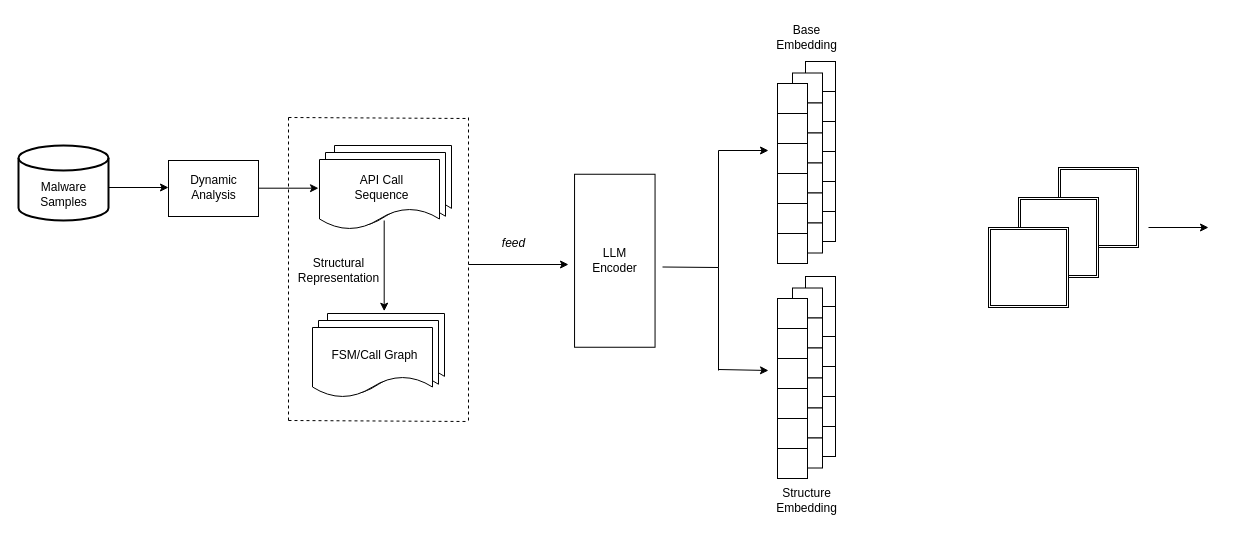
This is Architecture.drawio from Arui1122/Structural-Representation-Enhancement, a draw.io file, before an edit. Source tidied: cells renumbered, new cells numbered last; positions are measured from the earlier drawing's top-left corner, leaving out a move shared by most shapes. Both pictures are drawn from the tidied source at 100%, with x=0, y=0 at pixel (18, 17).
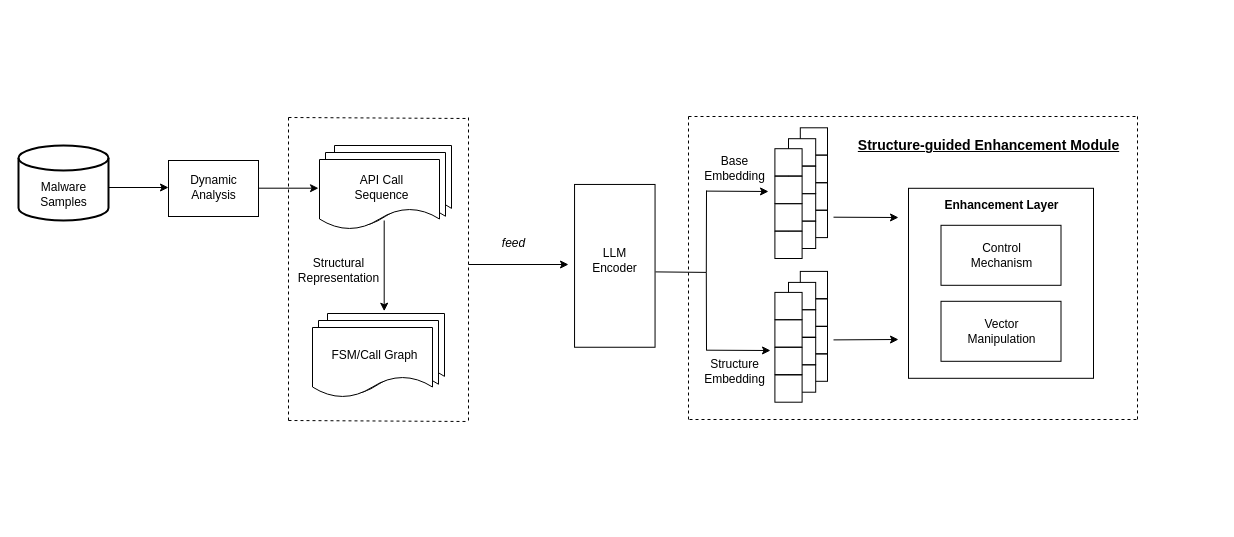
Above is the later version.

What changed in the source:
```diff
@@
-    <mxCell id="2" style="shape=ext;double=1;whiteSpace=wrap;html=1;" parent="1" vertex="1">
-      <mxGeometry x="1040" y="150" width="80" height="80" as="geometry" />
-    </mxCell>
-    <mxCell id="3" style="shape=ext;double=1;whiteSpace=wrap;html=1;" parent="1" vertex="1">
-      <mxGeometry x="1000" y="180" width="80" height="80" as="geometry" />
-    </mxCell>
-    <mxCell id="4" style="shape=ext;double=1;whiteSpace=wrap;html=1;" parent="1" vertex="1">
-      <mxGeometry x="970" y="210" width="80" height="80" as="geometry" />
-    </mxCell>
-    <mxCell id="5" style="endArrow=classic;html=1;rounded=0;" parent="1" edge="1">
-      <mxGeometry relative="1" as="geometry">
-        <mxPoint x="1130" y="210" as="sourcePoint" />
-        <mxPoint x="1190" y="210" as="targetPoint" />
-      </mxGeometry>
-    </mxCell>
@@
+    <mxCell id="26" style="endArrow=classic;html=1;rounded=0;" parent="1" edge="1">
+      <mxGeometry relative="1" as="geometry">
+        <mxPoint x="450" y="247" as="sourcePoint" />
+        <mxPoint x="550" y="247" as="targetPoint" />
+      </mxGeometry>
+    </mxCell>
+    <mxCell id="27" value="&lt;i&gt;feed&lt;/i&gt;" style="text;html=1;align=center;verticalAlign=middle;strokeColor=none;fillColor=none;" parent="1" vertex="1">
+      <mxGeometry x="470" y="211" width="50" height="30" as="geometry" />
+    </mxCell>
+    <mxCell id="28" style="rounded=0;whiteSpace=wrap;html=1;rotation=90;" parent="1" vertex="1">
+      <mxGeometry x="514.9" y="208.1" width="162.8" height="80.5" as="geometry" />
+    </mxCell>
+    <mxCell id="29" value="LLM&lt;div&gt;Encoder&lt;/div&gt;" style="text;html=1;align=center;verticalAlign=middle;strokeColor=none;fillColor=none;" parent="1" vertex="1">
+      <mxGeometry x="561.2" y="223" width="70" height="40" as="geometry" />
+    </mxCell>
+    <mxCell id="75" style="group;" parent="1" vertex="1">
+      <mxGeometry x="270" y="100" width="180" height="304" as="geometry" />
+    </mxCell>
-    <mxCell id="22" style="endArrow=none;dashed=1;html=1;rounded=0;" parent="1" edge="1">
+    <mxCell id="22" style="endArrow=none;dashed=1;html=1;rounded=0;" parent="75" edge="1">
       <mxGeometry relative="1" as="geometry">
-        <mxPoint x="270" y="403" as="sourcePoint" />
-        <mxPoint x="270" y="100" as="targetPoint" />
+        <mxPoint y="303" as="sourcePoint" />
+        <mxPoint as="targetPoint" />
       </mxGeometry>
     </mxCell>
-    <mxCell id="23" style="endArrow=none;dashed=1;html=1;rounded=0;" parent="1" edge="1">
+    <mxCell id="23" style="endArrow=none;dashed=1;html=1;rounded=0;" parent="75" edge="1">
       <mxGeometry relative="1" as="geometry">
-        <mxPoint x="450" y="403" as="sourcePoint" />
-        <mxPoint x="450" y="100" as="targetPoint" />
+        <mxPoint x="180" y="303" as="sourcePoint" />
+        <mxPoint x="180" as="targetPoint" />
       </mxGeometry>
     </mxCell>
-    <mxCell id="24" style="endArrow=none;dashed=1;html=1;rounded=0;" parent="1" edge="1">
+    <mxCell id="24" style="endArrow=none;dashed=1;html=1;rounded=0;" parent="75" edge="1">
       <mxGeometry relative="1" as="geometry">
-        <mxPoint x="270" y="100" as="sourcePoint" />
-        <mxPoint x="450" y="101" as="targetPoint" />
+        <mxPoint as="sourcePoint" />
+        <mxPoint x="180" y="1" as="targetPoint" />
       </mxGeometry>
     </mxCell>
-    <mxCell id="25" style="endArrow=none;dashed=1;html=1;rounded=0;" parent="1" edge="1">
+    <mxCell id="25" style="endArrow=none;dashed=1;html=1;rounded=0;" parent="75" edge="1">
       <mxGeometry relative="1" as="geometry">
-        <mxPoint x="270" y="403" as="sourcePoint" />
-        <mxPoint x="450" y="404" as="targetPoint" />
+        <mxPoint y="303" as="sourcePoint" />
+        <mxPoint x="180" y="304" as="targetPoint" />
       </mxGeometry>
     </mxCell>
-    <mxCell id="26" style="endArrow=classic;html=1;rounded=0;" parent="1" edge="1">
-      <mxGeometry relative="1" as="geometry">
-        <mxPoint x="450" y="247" as="sourcePoint" />
-        <mxPoint x="550" y="247" as="targetPoint" />
-      </mxGeometry>
-    </mxCell>
-    <mxCell id="27" value="&lt;i&gt;feed&lt;/i&gt;" style="text;html=1;align=center;verticalAlign=middle;strokeColor=none;fillColor=none;" parent="1" vertex="1">
-      <mxGeometry x="470" y="211" width="50" height="30" as="geometry" />
-    </mxCell>
-    <mxCell id="28" style="rounded=0;whiteSpace=wrap;html=1;rotation=90;" parent="1" vertex="1">
-      <mxGeometry x="509.8" y="203" width="173" height="80.5" as="geometry" />
-    </mxCell>
-    <mxCell id="29" value="LLM&lt;div&gt;Encoder&lt;/div&gt;" style="text;html=1;align=center;verticalAlign=middle;strokeColor=none;fillColor=none;" parent="1" vertex="1">
-      <mxGeometry x="561.2" y="223" width="70" height="40" as="geometry" />
-    </mxCell>
-    <mxCell id="30" style="endArrow=none;html=1;rounded=0;" parent="1" edge="1">
-      <mxGeometry relative="1" as="geometry">
-        <mxPoint x="644" y="249.5" as="sourcePoint" />
-        <mxPoint x="700" y="250" as="targetPoint" />
-      </mxGeometry>
-    </mxCell>
-    <mxCell id="31" style="endArrow=none;html=1;rounded=0;" parent="1" edge="1">
-      <mxGeometry relative="1" as="geometry">
-        <mxPoint x="700" y="250" as="sourcePoint" />
-        <mxPoint x="700" y="133" as="targetPoint" />
-      </mxGeometry>
-    </mxCell>
-    <mxCell id="32" style="endArrow=none;html=1;rounded=0;" parent="1" edge="1">
-      <mxGeometry relative="1" as="geometry">
-        <mxPoint x="700" y="353" as="sourcePoint" />
-        <mxPoint x="700" y="250" as="targetPoint" />
-      </mxGeometry>
-    </mxCell>
-    <mxCell id="33" style="group;" parent="1" vertex="1">
-      <mxGeometry x="759" y="44" width="58" height="202" as="geometry" />
-    </mxCell>
-    <mxCell id="34" style="whiteSpace=wrap;html=1;" parent="33" vertex="1">
-      <mxGeometry x="28" width="30" height="30" as="geometry" />
+    <mxCell id="34" style="whiteSpace=wrap;html=1;" parent="1" vertex="1">
+      <mxGeometry x="781.8" y="110.3" width="27.2" height="27.2" as="geometry" />
     </mxCell>
-    <mxCell id="35" style="whiteSpace=wrap;html=1;" parent="33" vertex="1">
-      <mxGeometry x="28" y="30" width="30" height="30" as="geometry" />
+    <mxCell id="35" style="whiteSpace=wrap;html=1;" parent="1" vertex="1">
+      <mxGeometry x="781.8" y="137.8" width="27.2" height="27.2" as="geometry" />
     </mxCell>
-    <mxCell id="36" style="whiteSpace=wrap;html=1;" parent="33" vertex="1">
-      <mxGeometry x="28" y="60" width="30" height="30" as="geometry" />
+    <mxCell id="36" style="whiteSpace=wrap;html=1;" parent="1" vertex="1">
+      <mxGeometry x="781.8" y="165.4" width="27.2" height="27.2" as="geometry" />
     </mxCell>
-    <mxCell id="37" style="whiteSpace=wrap;html=1;" parent="33" vertex="1">
-      <mxGeometry x="28" y="90" width="30" height="30" as="geometry" />
+    <mxCell id="37" style="whiteSpace=wrap;html=1;" parent="1" vertex="1">
+      <mxGeometry x="781.8" y="192.9" width="27.2" height="27.2" as="geometry" />
     </mxCell>
-    <mxCell id="38" style="whiteSpace=wrap;html=1;" parent="33" vertex="1">
-      <mxGeometry x="28" y="120" width="30" height="30" as="geometry" />
-    </mxCell>
-    <mxCell id="39" style="whiteSpace=wrap;html=1;" parent="33" vertex="1">
-      <mxGeometry x="28" y="150" width="30" height="30" as="geometry" />
-    </mxCell>
-    <mxCell id="40" style="whiteSpace=wrap;html=1;" parent="33" vertex="1">
-      <mxGeometry x="15" y="11.5" width="30" height="30" as="geometry" />
+    <mxCell id="40" style="whiteSpace=wrap;html=1;" parent="1" vertex="1">
+      <mxGeometry x="770" y="121.2" width="27.2" height="27.2" as="geometry" />
     </mxCell>
-    <mxCell id="41" style="whiteSpace=wrap;html=1;" parent="33" vertex="1">
-      <mxGeometry x="15" y="41.5" width="30" height="30" as="geometry" />
+    <mxCell id="41" style="whiteSpace=wrap;html=1;" parent="1" vertex="1">
+      <mxGeometry x="770" y="148.8" width="27.2" height="27.2" as="geometry" />
     </mxCell>
-    <mxCell id="42" style="whiteSpace=wrap;html=1;" parent="33" vertex="1">
-      <mxGeometry x="15" y="71.5" width="30" height="30" as="geometry" />
+    <mxCell id="42" style="whiteSpace=wrap;html=1;" parent="1" vertex="1">
+      <mxGeometry x="770" y="176.3" width="27.2" height="27.2" as="geometry" />
     </mxCell>
-    <mxCell id="43" style="whiteSpace=wrap;html=1;" parent="33" vertex="1">
-      <mxGeometry x="15" y="101.5" width="30" height="30" as="geometry" />
+    <mxCell id="43" style="whiteSpace=wrap;html=1;" parent="1" vertex="1">
+      <mxGeometry x="770" y="203.8" width="27.2" height="27.2" as="geometry" />
     </mxCell>
-    <mxCell id="44" style="whiteSpace=wrap;html=1;" parent="33" vertex="1">
-      <mxGeometry x="15" y="131.5" width="30" height="30" as="geometry" />
-    </mxCell>
-    <mxCell id="45" style="whiteSpace=wrap;html=1;" parent="33" vertex="1">
-      <mxGeometry x="15" y="161.5" width="30" height="30" as="geometry" />
-    </mxCell>
-    <mxCell id="46" style="whiteSpace=wrap;html=1;" parent="33" vertex="1">
-      <mxGeometry y="22" width="30" height="30" as="geometry" />
+    <mxCell id="46" style="whiteSpace=wrap;html=1;" parent="1" vertex="1">
+      <mxGeometry x="756.4" y="131.2" width="27.2" height="27.2" as="geometry" />
     </mxCell>
-    <mxCell id="47" style="whiteSpace=wrap;html=1;" parent="33" vertex="1">
-      <mxGeometry y="52" width="30" height="30" as="geometry" />
+    <mxCell id="47" style="whiteSpace=wrap;html=1;" parent="1" vertex="1">
+      <mxGeometry x="756.4" y="158.8" width="27.2" height="27.2" as="geometry" />
     </mxCell>
-    <mxCell id="48" style="whiteSpace=wrap;html=1;" parent="33" vertex="1">
-      <mxGeometry y="82" width="30" height="30" as="geometry" />
+    <mxCell id="48" style="whiteSpace=wrap;html=1;" parent="1" vertex="1">
+      <mxGeometry x="756.4" y="186.3" width="27.2" height="27.2" as="geometry" />
     </mxCell>
-    <mxCell id="49" style="whiteSpace=wrap;html=1;" parent="33" vertex="1">
-      <mxGeometry y="112" width="30" height="30" as="geometry" />
+    <mxCell id="49" style="whiteSpace=wrap;html=1;" parent="1" vertex="1">
+      <mxGeometry x="756.4" y="213.8" width="27.2" height="27.2" as="geometry" />
     </mxCell>
-    <mxCell id="50" style="whiteSpace=wrap;html=1;" parent="33" vertex="1">
-      <mxGeometry y="142" width="30" height="30" as="geometry" />
-    </mxCell>
-    <mxCell id="51" style="whiteSpace=wrap;html=1;" parent="33" vertex="1">
-      <mxGeometry y="172" width="30" height="30" as="geometry" />
-    </mxCell>
-    <mxCell id="52" style="group;" parent="1" vertex="1">
-      <mxGeometry x="759" y="259" width="58" height="202" as="geometry" />
-    </mxCell>
+    <mxCell id="30" style="endArrow=none;html=1;rounded=0;" parent="1" edge="1">
+      <mxGeometry relative="1" as="geometry">
+        <mxPoint x="637" y="254.4" as="sourcePoint" />
+        <mxPoint x="687.8" y="254.9" as="targetPoint" />
+      </mxGeometry>
+    </mxCell>
+    <mxCell id="31" style="endArrow=none;html=1;rounded=0;" parent="1" edge="1">
+      <mxGeometry relative="1" as="geometry">
+        <mxPoint x="687.8" y="254.9" as="sourcePoint" />
+        <mxPoint x="688" y="173" as="targetPoint" />
+      </mxGeometry>
+    </mxCell>
+    <mxCell id="32" style="endArrow=none;html=1;rounded=0;" parent="1" edge="1">
+      <mxGeometry relative="1" as="geometry">
+        <mxPoint x="688" y="333" as="sourcePoint" />
+        <mxPoint x="687.8" y="254.9" as="targetPoint" />
+      </mxGeometry>
+    </mxCell>
+    <mxCell id="71" style="endArrow=classic;html=1;rounded=0;" parent="1" edge="1">
+      <mxGeometry relative="1" as="geometry">
+        <mxPoint x="688.1" y="332.7" as="sourcePoint" />
+        <mxPoint x="752" y="333" as="targetPoint" />
+      </mxGeometry>
+    </mxCell>
+    <mxCell id="72" style="endArrow=classic;html=1;rounded=0;" parent="1" edge="1">
+      <mxGeometry relative="1" as="geometry">
+        <mxPoint x="687.8" y="173.6" as="sourcePoint" />
+        <mxPoint x="750" y="174" as="targetPoint" />
+      </mxGeometry>
+    </mxCell>
+    <mxCell id="73" value="Base&lt;div&gt;Embedding&lt;/div&gt;" style="text;html=1;align=center;verticalAlign=middle;strokeColor=none;fillColor=none;" parent="1" vertex="1">
+      <mxGeometry x="675.8" y="130.8" width="80" height="40" as="geometry" />
+    </mxCell>
+    <mxCell id="74" value="Structure&lt;div&gt;Embedding&lt;/div&gt;" style="text;html=1;align=center;verticalAlign=middle;strokeColor=none;fillColor=none;" parent="1" vertex="1">
+      <mxGeometry x="675.9" y="333.7" width="80" height="40" as="geometry" />
+    </mxCell>
-    <mxCell id="53" style="whiteSpace=wrap;html=1;" parent="52" vertex="1">
-      <mxGeometry x="28" width="30" height="30" as="geometry" />
+    <mxCell id="53" style="whiteSpace=wrap;html=1;" parent="1" vertex="1">
+      <mxGeometry x="781.8" y="253.9" width="27.2" height="27.2" as="geometry" />
     </mxCell>
-    <mxCell id="54" style="whiteSpace=wrap;html=1;" parent="52" vertex="1">
-      <mxGeometry x="28" y="30" width="30" height="30" as="geometry" />
+    <mxCell id="54" style="whiteSpace=wrap;html=1;" parent="1" vertex="1">
+      <mxGeometry x="781.8" y="281.5" width="27.2" height="27.2" as="geometry" />
     </mxCell>
-    <mxCell id="55" style="whiteSpace=wrap;html=1;" parent="52" vertex="1">
-      <mxGeometry x="28" y="60" width="30" height="30" as="geometry" />
+    <mxCell id="55" style="whiteSpace=wrap;html=1;" parent="1" vertex="1">
+      <mxGeometry x="781.8" y="309" width="27.2" height="27.2" as="geometry" />
     </mxCell>
-    <mxCell id="56" style="whiteSpace=wrap;html=1;" parent="52" vertex="1">
-      <mxGeometry x="28" y="90" width="30" height="30" as="geometry" />
+    <mxCell id="56" style="whiteSpace=wrap;html=1;" parent="1" vertex="1">
+      <mxGeometry x="781.8" y="336.6" width="27.2" height="27.2" as="geometry" />
     </mxCell>
-    <mxCell id="57" style="whiteSpace=wrap;html=1;" parent="52" vertex="1">
-      <mxGeometry x="28" y="120" width="30" height="30" as="geometry" />
-    </mxCell>
-    <mxCell id="58" style="whiteSpace=wrap;html=1;" parent="52" vertex="1">
-      <mxGeometry x="28" y="150" width="30" height="30" as="geometry" />
-    </mxCell>
-    <mxCell id="59" style="whiteSpace=wrap;html=1;" parent="52" vertex="1">
-      <mxGeometry x="15" y="11.5" width="30" height="30" as="geometry" />
+    <mxCell id="59" style="whiteSpace=wrap;html=1;" parent="1" vertex="1">
+      <mxGeometry x="770" y="264.9" width="27.2" height="27.2" as="geometry" />
     </mxCell>
-    <mxCell id="60" style="whiteSpace=wrap;html=1;" parent="52" vertex="1">
-      <mxGeometry x="15" y="41.5" width="30" height="30" as="geometry" />
+    <mxCell id="60" style="whiteSpace=wrap;html=1;" parent="1" vertex="1">
+      <mxGeometry x="770" y="292.4" width="27.2" height="27.2" as="geometry" />
     </mxCell>
-    <mxCell id="61" style="whiteSpace=wrap;html=1;" parent="52" vertex="1">
-      <mxGeometry x="15" y="71.5" width="30" height="30" as="geometry" />
+    <mxCell id="61" style="whiteSpace=wrap;html=1;" parent="1" vertex="1">
+      <mxGeometry x="770" y="320" width="27.2" height="27.2" as="geometry" />
     </mxCell>
-    <mxCell id="62" style="whiteSpace=wrap;html=1;" parent="52" vertex="1">
-      <mxGeometry x="15" y="101.5" width="30" height="30" as="geometry" />
+    <mxCell id="62" style="whiteSpace=wrap;html=1;" parent="1" vertex="1">
+      <mxGeometry x="770" y="347.5" width="27.2" height="27.2" as="geometry" />
     </mxCell>
-    <mxCell id="63" style="whiteSpace=wrap;html=1;" parent="52" vertex="1">
-      <mxGeometry x="15" y="131.5" width="30" height="30" as="geometry" />
-    </mxCell>
-    <mxCell id="64" style="whiteSpace=wrap;html=1;" parent="52" vertex="1">
-      <mxGeometry x="15" y="161.5" width="30" height="30" as="geometry" />
-    </mxCell>
-    <mxCell id="65" style="whiteSpace=wrap;html=1;" parent="52" vertex="1">
-      <mxGeometry y="22" width="30" height="30" as="geometry" />
+    <mxCell id="65" style="whiteSpace=wrap;html=1;" parent="1" vertex="1">
+      <mxGeometry x="756.4" y="274.9" width="27.2" height="27.2" as="geometry" />
     </mxCell>
-    <mxCell id="66" style="whiteSpace=wrap;html=1;" parent="52" vertex="1">
-      <mxGeometry y="52" width="30" height="30" as="geometry" />
+    <mxCell id="66" style="whiteSpace=wrap;html=1;" parent="1" vertex="1">
+      <mxGeometry x="756.4" y="302.4" width="27.2" height="27.2" as="geometry" />
     </mxCell>
-    <mxCell id="67" style="whiteSpace=wrap;html=1;" parent="52" vertex="1">
-      <mxGeometry y="82" width="30" height="30" as="geometry" />
+    <mxCell id="67" style="whiteSpace=wrap;html=1;" parent="1" vertex="1">
+      <mxGeometry x="756.4" y="329.9" width="27.2" height="27.2" as="geometry" />
     </mxCell>
-    <mxCell id="68" style="whiteSpace=wrap;html=1;" parent="52" vertex="1">
-      <mxGeometry y="112" width="30" height="30" as="geometry" />
+    <mxCell id="68" style="whiteSpace=wrap;html=1;" parent="1" vertex="1">
+      <mxGeometry x="756.4" y="357.5" width="27.2" height="27.2" as="geometry" />
     </mxCell>
-    <mxCell id="69" style="whiteSpace=wrap;html=1;" parent="52" vertex="1">
-      <mxGeometry y="142" width="30" height="30" as="geometry" />
-    </mxCell>
-    <mxCell id="70" style="whiteSpace=wrap;html=1;" parent="52" vertex="1">
-      <mxGeometry y="172" width="30" height="30" as="geometry" />
-    </mxCell>
-    <mxCell id="71" style="endArrow=classic;html=1;rounded=0;" parent="1" edge="1">
-      <mxGeometry relative="1" as="geometry">
-        <mxPoint x="700" y="352" as="sourcePoint" />
-        <mxPoint x="750" y="353" as="targetPoint" />
-      </mxGeometry>
-    </mxCell>
-    <mxCell id="72" style="endArrow=classic;html=1;rounded=0;" parent="1" edge="1">
-      <mxGeometry relative="1" as="geometry">
-        <mxPoint x="700" y="133" as="sourcePoint" />
-        <mxPoint x="750" y="133" as="targetPoint" />
-      </mxGeometry>
-    </mxCell>
-    <mxCell id="73" value="Base&lt;div&gt;Embedding&lt;/div&gt;" style="text;html=1;align=center;verticalAlign=middle;strokeColor=none;fillColor=none;" parent="1" vertex="1">
-      <mxGeometry x="748" width="80" height="40" as="geometry" />
-    </mxCell>
-    <mxCell id="74" value="Structure&lt;div&gt;Embedding&lt;/div&gt;" style="text;html=1;align=center;verticalAlign=middle;strokeColor=none;fillColor=none;" parent="1" vertex="1">
-      <mxGeometry x="748" y="463" width="80" height="40" as="geometry" />
-    </mxCell>
+    <mxCell id="76" style="endArrow=none;dashed=1;html=1;rounded=0;" parent="1" edge="1">
+      <mxGeometry relative="1" as="geometry">
+        <mxPoint x="670" y="402" as="sourcePoint" />
+        <mxPoint x="670" y="99" as="targetPoint" />
+      </mxGeometry>
+    </mxCell>
+    <mxCell id="77" style="endArrow=none;dashed=1;html=1;rounded=0;" parent="1" edge="1">
+      <mxGeometry relative="1" as="geometry">
+        <mxPoint x="670" y="99" as="sourcePoint" />
+        <mxPoint x="1120" y="99" as="targetPoint" />
+      </mxGeometry>
+    </mxCell>
+    <mxCell id="78" style="endArrow=none;dashed=1;html=1;rounded=0;" parent="1" edge="1">
+      <mxGeometry relative="1" as="geometry">
+        <mxPoint x="671" y="402" as="sourcePoint" />
+        <mxPoint x="1121" y="402" as="targetPoint" />
+      </mxGeometry>
+    </mxCell>
+    <mxCell id="79" value="&lt;b&gt;&lt;u&gt;&lt;font style=&quot;font-size: 14px;&quot;&gt;Structure-guided Enhancement Module&lt;/font&gt;&lt;/u&gt;&lt;/b&gt;" style="text;html=1;align=center;verticalAlign=middle;strokeColor=none;fillColor=none;" parent="1" vertex="1">
+      <mxGeometry x="830" y="113" width="280" height="30" as="geometry" />
+    </mxCell>
+    <mxCell id="80" style="rounded=0;whiteSpace=wrap;html=1;" parent="1" vertex="1">
+      <mxGeometry x="890" y="170.8" width="185" height="190" as="geometry" />
+    </mxCell>
+    <mxCell id="81" style="rounded=0;whiteSpace=wrap;html=1;" parent="1" vertex="1">
+      <mxGeometry x="922.5" y="207.8" width="120" height="60" as="geometry" />
+    </mxCell>
+    <mxCell id="82" value="&lt;b&gt;Enhancement Layer&lt;/b&gt;" style="text;html=1;align=center;verticalAlign=middle;strokeColor=none;fillColor=none;" parent="1" vertex="1">
+      <mxGeometry x="912.5" y="172.7" width="140" height="30" as="geometry" />
+    </mxCell>
+    <mxCell id="83" value="Control&lt;div&gt;Mechanism&lt;/div&gt;" style="text;html=1;align=center;verticalAlign=middle;strokeColor=none;fillColor=none;" parent="1" vertex="1">
+      <mxGeometry x="942.5" y="217.8" width="80" height="40" as="geometry" />
+    </mxCell>
+    <mxCell id="84" style="rounded=0;whiteSpace=wrap;html=1;" parent="1" vertex="1">
+      <mxGeometry x="922.5" y="283.8" width="120" height="60" as="geometry" />
+    </mxCell>
+    <mxCell id="85" value="Vector&lt;div&gt;Manipulation&lt;/div&gt;" style="text;html=1;align=center;verticalAlign=middle;strokeColor=none;fillColor=none;" parent="1" vertex="1">
+      <mxGeometry x="937.5" y="293.8" width="90" height="40" as="geometry" />
+    </mxCell>
+    <mxCell id="86" style="endArrow=none;dashed=1;html=1;rounded=0;" parent="1" edge="1">
+      <mxGeometry relative="1" as="geometry">
+        <mxPoint x="1119" y="401.9" as="sourcePoint" />
+        <mxPoint x="1119" y="98.9" as="targetPoint" />
+      </mxGeometry>
+    </mxCell>
+    <mxCell id="87" style="endArrow=classic;html=1;rounded=0;" parent="1" edge="1">
+      <mxGeometry relative="1" as="geometry">
+        <mxPoint x="815" y="199.7" as="sourcePoint" />
+        <mxPoint x="880" y="200" as="targetPoint" />
+      </mxGeometry>
+    </mxCell>
+    <mxCell id="88" style="endArrow=classic;html=1;rounded=0;" parent="1" edge="1">
+      <mxGeometry relative="1" as="geometry">
+        <mxPoint x="815" y="322.4" as="sourcePoint" />
+        <mxPoint x="880" y="322" as="targetPoint" />
+      </mxGeometry>
+    </mxCell>
```
